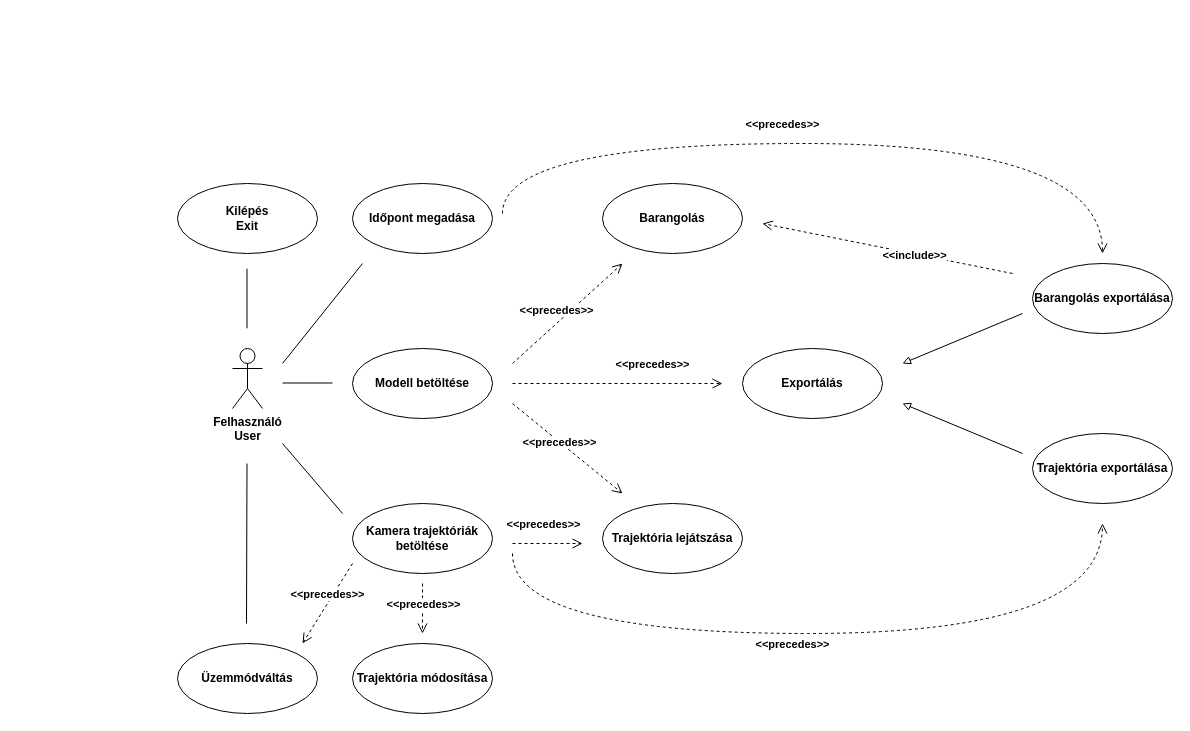
Before: page "user_diagram" (1 of 4) of starting_material/Thesis.drawio in poros-tamas-gabor/ELTE-IK-DIPLOMA, a draw.io diagram. Source tidied: cells renumbered, new cells numbered last; positions are measured from the earlier drawing's top-left corner, leaving out a move shared by most shapes. Both pictures are drawn from the tidied source at 100%, with x=0, y=0 at pixel (177, 143).
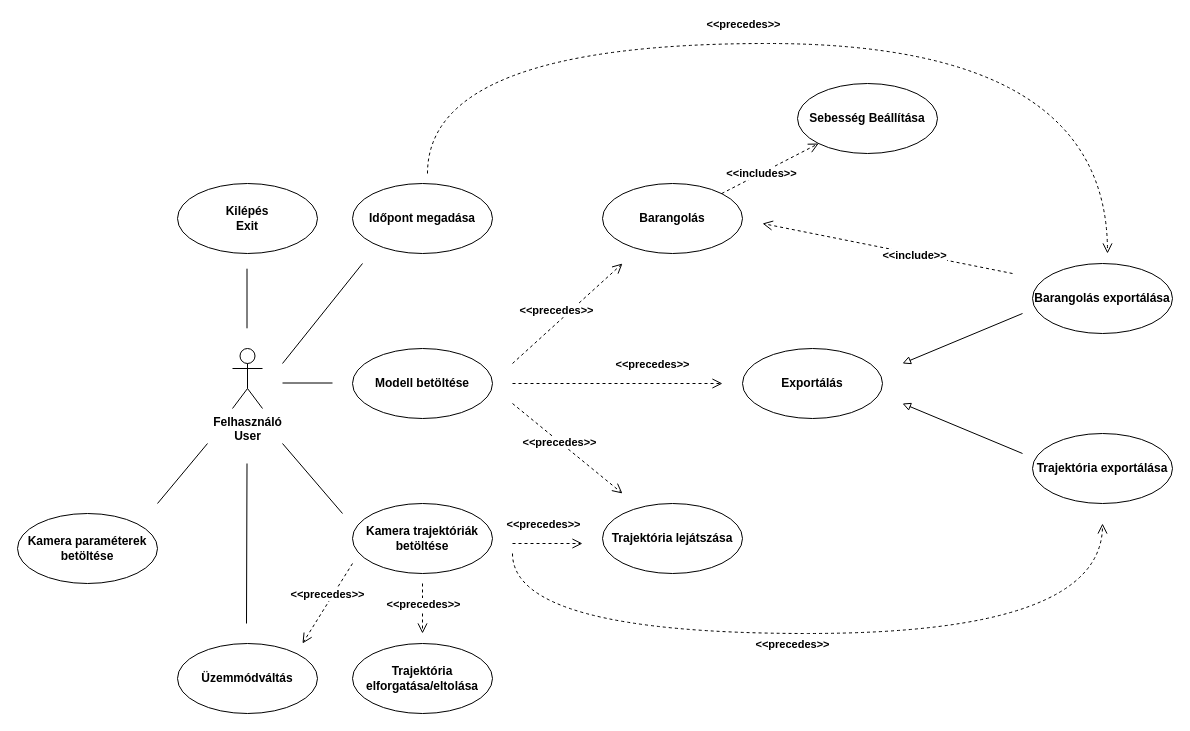
The same diagram, later.

The change refers to these unchanged cells:
```xml
<mxCell id="9" value="Barangolás" style="ellipse;whiteSpace=wrap;html=1;fontStyle=1;" parent="1" vertex="1">
  <mxGeometry x="425" y="40" width="140" height="70" as="geometry" />
</mxCell>
```

Diff of the diagram source:
```diff
@@
     <mxCell id="20" style="edgeStyle=orthogonalEdgeStyle;rounded=0;orthogonalLoop=1;jettySize=auto;html=1;dashed=1;endArrow=open;endFill=0;endSize=8;elbow=vertical;curved=1;" parent="1" edge="1">
       <mxGeometry relative="1" as="geometry">
-        <mxPoint x="325" y="70" as="sourcePoint" />
-        <mxPoint x="925" y="110" as="targetPoint" />
+        <mxPoint x="250" y="30" as="sourcePoint" />
+        <mxPoint x="930" y="110" as="targetPoint" />
         <Array as="points">
-          <mxPoint x="325" />
-          <mxPoint x="925" />
+          <mxPoint x="250" y="-100" />
+          <mxPoint x="930" y="-100" />
         </Array>
       </mxGeometry>
     </mxCell>
@@
-    <mxCell id="28" value="Trajektória módosítása" style="ellipse;whiteSpace=wrap;html=1;fontStyle=1;" parent="1" vertex="1">
+    <mxCell id="28" value="Trajektória elforgatása/eltolása" style="ellipse;whiteSpace=wrap;html=1;fontStyle=1;" parent="1" vertex="1">
       <mxGeometry x="175" y="500" width="140" height="70" as="geometry" />
     </mxCell>
@@
+    <mxCell id="39" value="Sebesség Beállítása" style="ellipse;whiteSpace=wrap;html=1;fontStyle=1;" parent="1" vertex="1">
+      <mxGeometry x="620" y="-60" width="140" height="70" as="geometry" />
+    </mxCell>
+    <mxCell id="40" style="edgeStyle=none;rounded=0;jettySize=auto;html=1;dashed=1;endArrow=open;endFill=0;endSize=8;" parent="1" edge="1" source="9" target="39">
+      <mxGeometry relative="1" as="geometry" />
+    </mxCell>
+    <mxCell id="41" value="&amp;lt;&amp;lt;includes&amp;gt;&amp;gt;" style="edgeLabel;html=1;align=center;verticalAlign=middle;fontStyle=1;" parent="40" vertex="1">
+      <mxGeometry x="-0.2" relative="1" as="geometry" />
+    </mxCell>
+    <mxCell id="42" value="Kamera paraméterek betöltése" style="ellipse;whiteSpace=wrap;html=1;fontStyle=1;" parent="1" vertex="1">
+      <mxGeometry x="-160" y="370" width="140" height="70" as="geometry" />
+    </mxCell>
+    <mxCell id="43" style="endArrow=none;html=1;rounded=0;fontStyle=1;" parent="1" edge="1">
+      <mxGeometry x="-1370.6" y="474.8" as="geometry">
+        <mxPoint x="-20" y="360" as="sourcePoint" />
+        <mxPoint x="30" y="300" as="targetPoint" />
+      </mxGeometry>
+    </mxCell>
```
